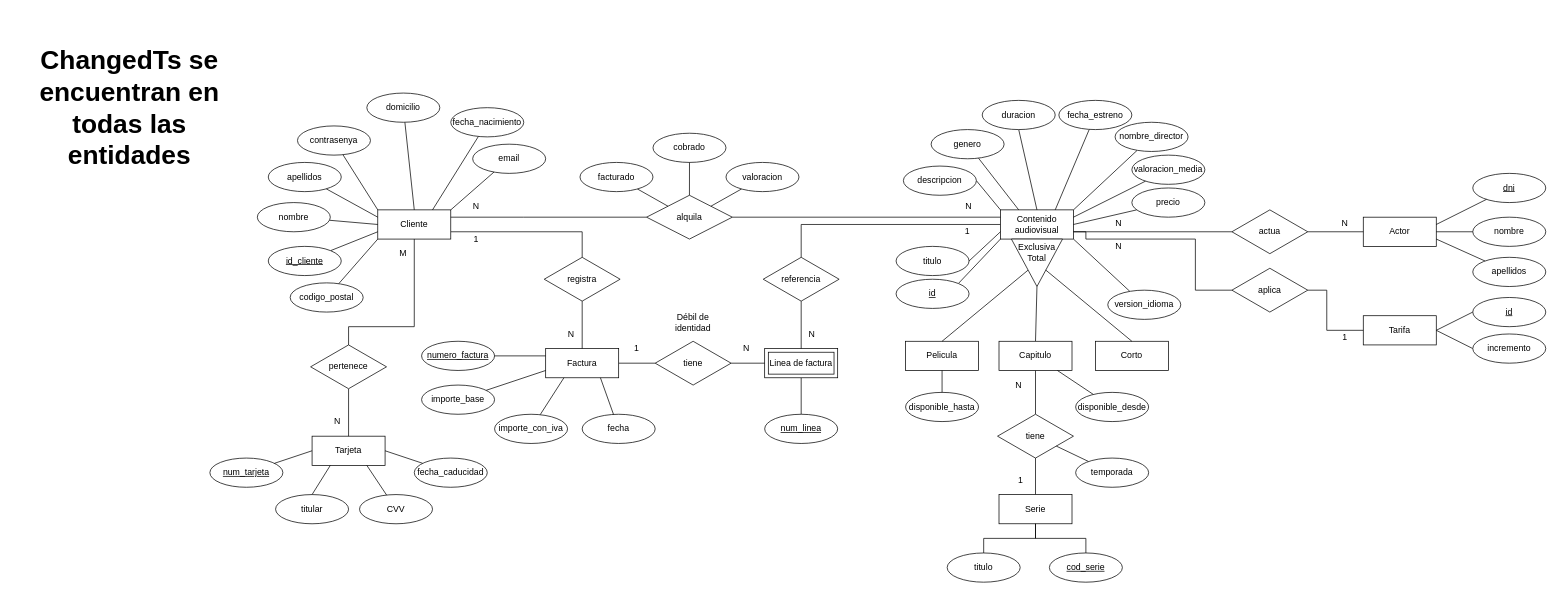
Earlier version of the draw.io diagram Modelo Entidad-Relacion.drawio (Ivanmontesinos21/Proyecto_MiraVereda). Source tidied: cells renumbered, new cells numbered last; positions are measured from the earlier drawing's top-left corner, leaving out a move shared by most shapes. Both pictures are drawn from the tidied source at 73%, with x=0, y=0 at pixel (12, 12).
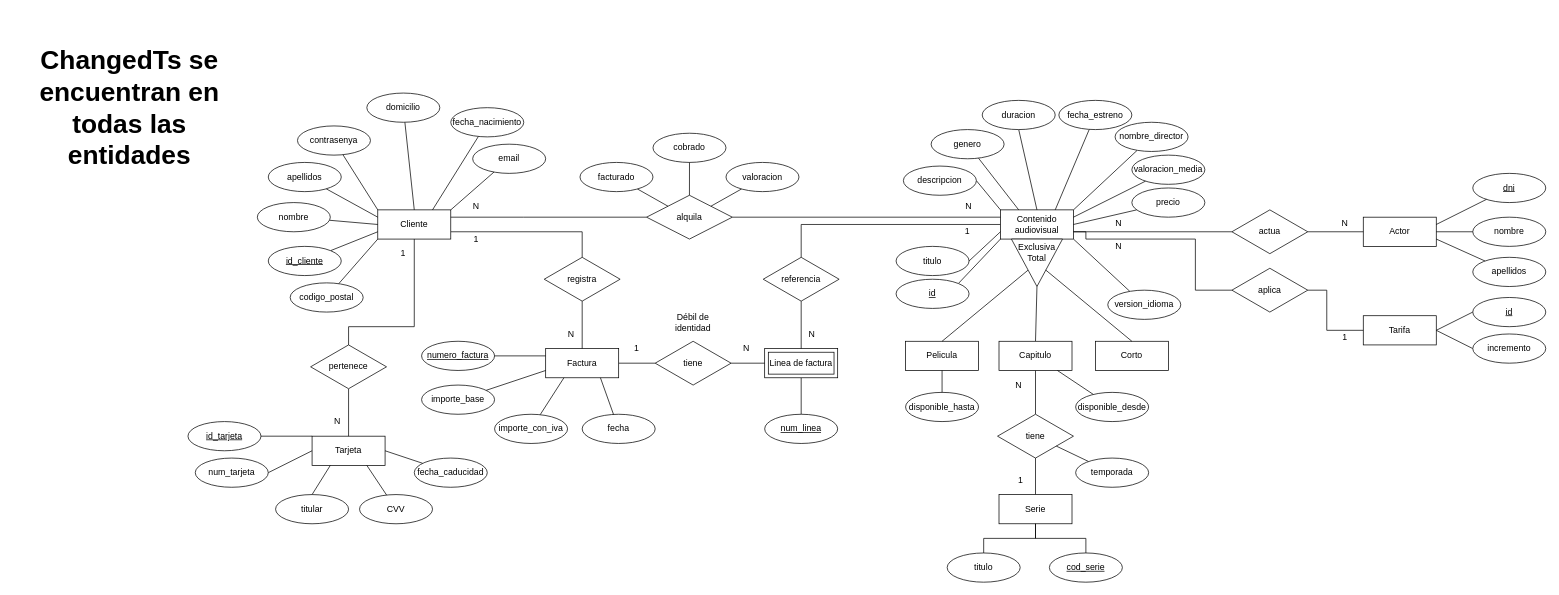
The same page after the edit.

Commit message:
Modelo Entidad-Relacion

The change refers to these unchanged cells:
```xml
<mxCell id="123" value="Tarjeta" style="whiteSpace=wrap;html=1;align=center;" parent="1" vertex="1">
  <mxGeometry x="410" y="580" width="100" height="40" as="geometry" />
</mxCell>
```

Change to the diagram source:
```diff
@@
-    <mxCell id="124" value="num_tarjeta" style="ellipse;whiteSpace=wrap;html=1;align=center;fontStyle=4;" parent="1" vertex="1">
-      <mxGeometry x="270" y="610" width="100" height="40" as="geometry" />
-    </mxCell>
-    <mxCell id="125" style="rounded=0;jettySize=auto;html=1;entryX=0;entryY=0.5;entryDx=0;entryDy=0;endArrow=none;endFill=0;" parent="1" edge="1" source="124" target="123">
+    <mxCell id="125" style="rounded=0;jettySize=auto;html=1;entryX=0;entryY=0.5;entryDx=0;entryDy=0;endArrow=none;endFill=0;exitX=1;exitY=0.5;exitDx=0;exitDy=0;" parent="1" edge="1" source="124" target="123">
       <mxGeometry relative="1" as="geometry" />
     </mxCell>
@@
-    <mxCell id="130" value="M" style="text;html=1;align=center;verticalAlign=middle;whiteSpace=wrap;rounded=0;" parent="1" vertex="1">
+    <mxCell id="130" value="1" style="text;html=1;align=center;verticalAlign=middle;whiteSpace=wrap;rounded=0;" parent="1" vertex="1">
       <mxGeometry x="520" y="320" width="30" height="20" as="geometry" />
     </mxCell>
@@
+    <mxCell id="139" value="id_tarjeta" style="ellipse;whiteSpace=wrap;html=1;align=center;fontStyle=4;" parent="1" vertex="1">
+      <mxGeometry x="240" y="560" width="100" height="40" as="geometry" />
+    </mxCell>
+    <mxCell id="124" value="num_tarjeta" style="ellipse;whiteSpace=wrap;html=1;align=center;" parent="1" vertex="1">
+      <mxGeometry x="250" y="610" width="100" height="40" as="geometry" />
+    </mxCell>
+    <mxCell id="140" style="rounded=0;jettySize=auto;html=1;entryX=0;entryY=0;entryDx=0;entryDy=0;endArrow=none;endFill=0;exitX=1;exitY=0.5;exitDx=0;exitDy=0;" parent="1" edge="1" source="139" target="123">
+      <mxGeometry relative="1" as="geometry" />
+    </mxCell>
```
